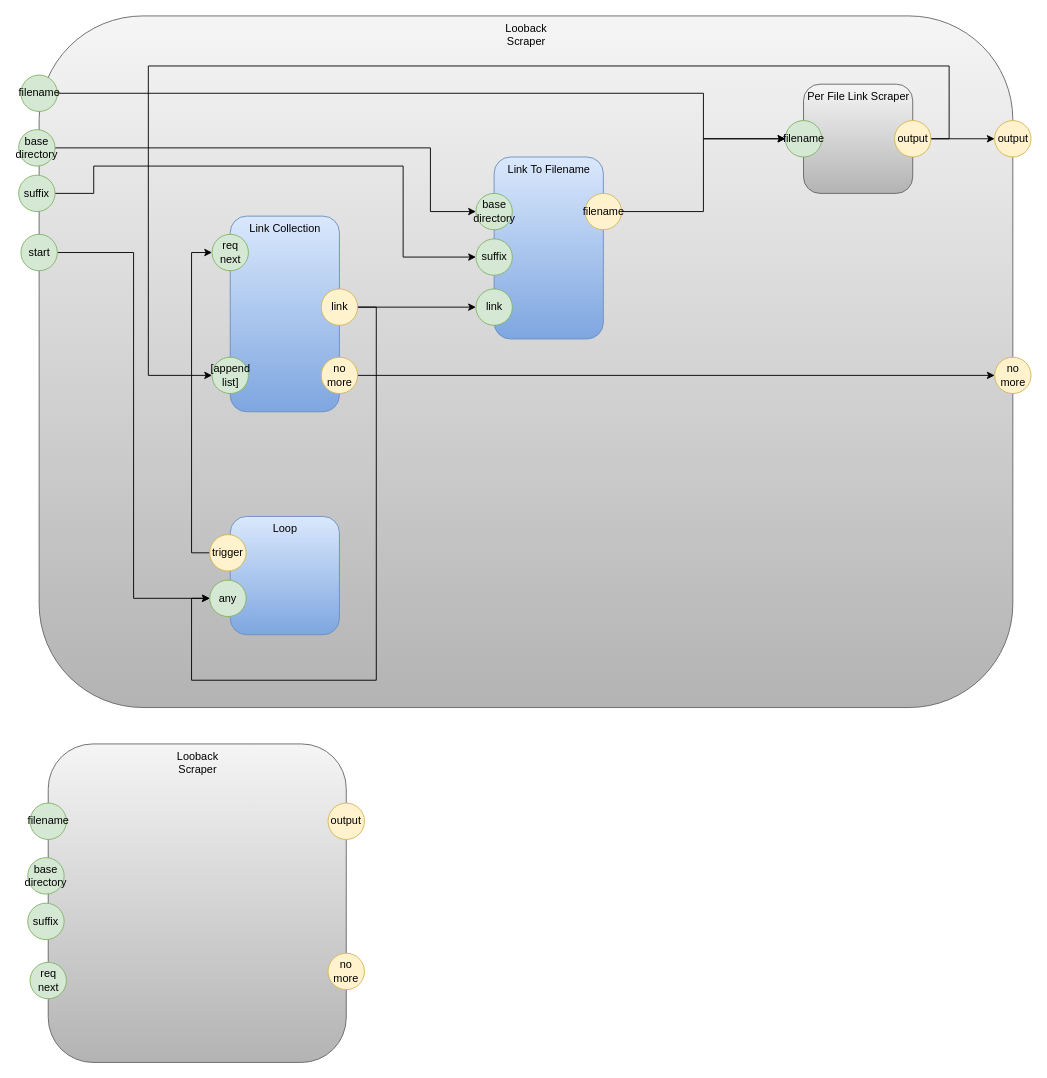
The draw.io diagram page "Loopback Scraper" (7 of 9) of pm-copy.drawio in guitarvydas/pypm, before the edit. Source tidied: cells renumbered, new cells numbered last; positions are measured from the earlier drawing's top-left corner, leaving out a move shared by most shapes. Both pictures are drawn from the tidied source at 91%, with x=0, y=0 at pixel (18, 15).
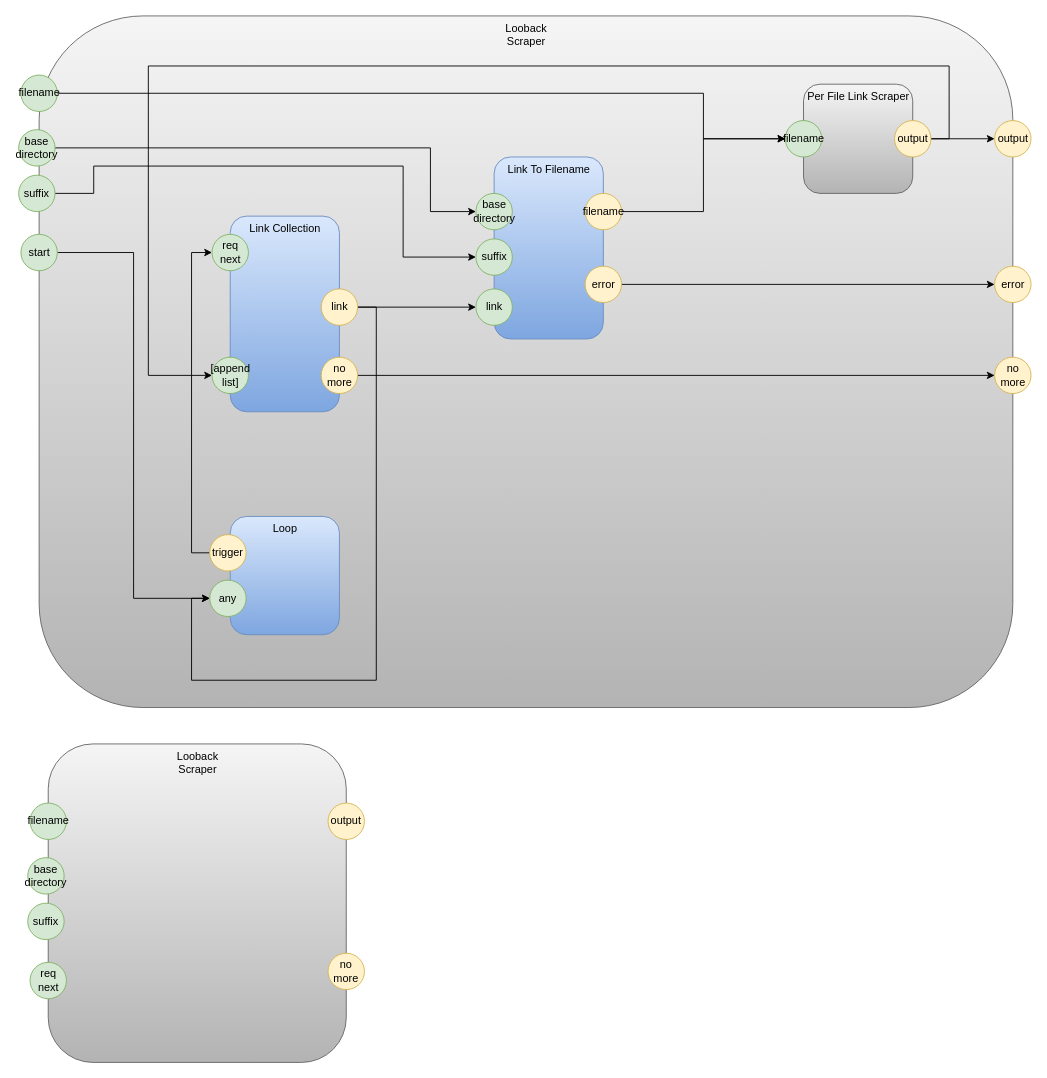
Above is the later version.

Commit message (it also covers changes not shown here):
edit error message

Change to the diagram source:
```diff
@@
+    <mxCell id="43" style="edgeStyle=orthogonalEdgeStyle;rounded=0;jettySize=auto;html=1;exitX=1;exitY=0.5;exitDx=0;exitDy=0;entryX=0;entryY=0.5;entryDx=0;entryDy=0;" parent="1" edge="1" source="44" target="45">
+      <mxGeometry relative="1" as="geometry" />
+    </mxCell>
+    <mxCell id="44" value="error" style="ellipse;whiteSpace=wrap;html=1;fillColor=#fff2cc;strokeColor=#d6b656;" parent="1" vertex="1">
+      <mxGeometry x="622.5" y="275" width="40" height="40" as="geometry" />
+    </mxCell>
+    <mxCell id="45" value="error" style="ellipse;whiteSpace=wrap;html=1;fillColor=#fff2cc;strokeColor=#d6b656;" parent="1" vertex="1">
+      <mxGeometry x="1072.5" y="275" width="40" height="40" as="geometry" />
+    </mxCell>
```
